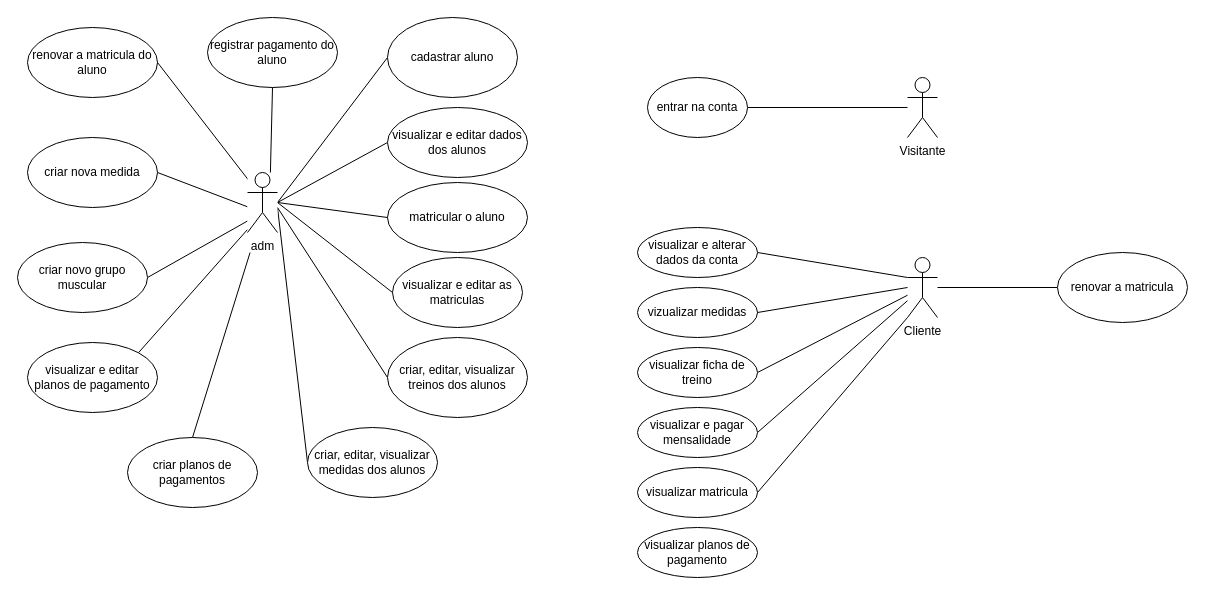
The draw.io diagram diagramas/diagrama-CDU.drawio in FlavioMatias/Projeto-POO-academia, before the edit. Source tidied: cells renumbered, new cells numbered last; positions are measured from the earlier drawing's top-left corner, leaving out a move shared by most shapes. Both pictures are drawn from the tidied source at 100%, with x=0, y=0 at pixel (17, 17).
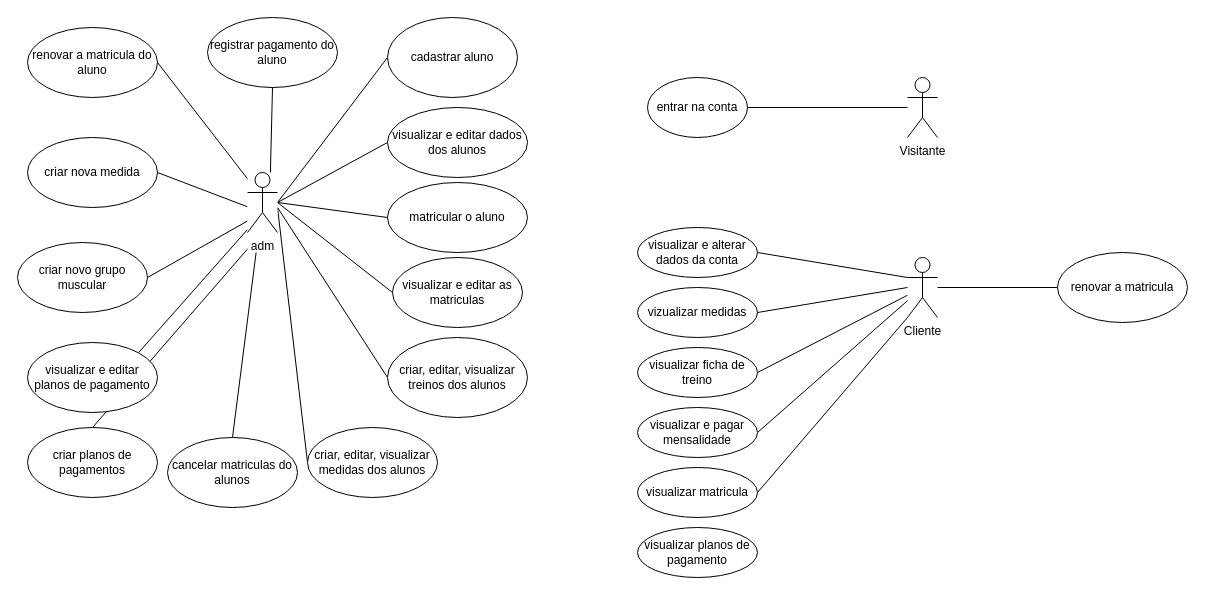
The same diagram, later.

Unchanged cells that the change refers to:
```xml
<mxCell id="42" value="adm" style="shape=umlActor;verticalLabelPosition=bottom;verticalAlign=top;html=1;outlineConnect=0;fillColor=default;" parent="1" vertex="1">
  <mxGeometry x="230" y="155" width="30" height="60" as="geometry" />
</mxCell>
```

The edit, as a diff of the source:
```diff
@@
+    <mxCell id="45" style="rounded=0;jettySize=auto;html=1;exitX=0.5;exitY=0;exitDx=0;exitDy=0;endArrow=none;startFill=0;" parent="1" edge="1" source="46" target="42">
+      <mxGeometry relative="1" as="geometry" />
+    </mxCell>
@@
     <mxCell id="29" value="criar planos de pagamentos" style="ellipse;whiteSpace=wrap;html=1;" parent="1" vertex="1">
-      <mxGeometry x="110" y="420" width="130" height="70" as="geometry" />
+      <mxGeometry x="10" y="410" width="130" height="70" as="geometry" />
     </mxCell>
@@
+    <mxCell id="46" value="cancelar matriculas do alunos" style="ellipse;whiteSpace=wrap;html=1;" parent="1" vertex="1">
+      <mxGeometry x="150" y="420" width="130" height="70" as="geometry" />
+    </mxCell>
```
